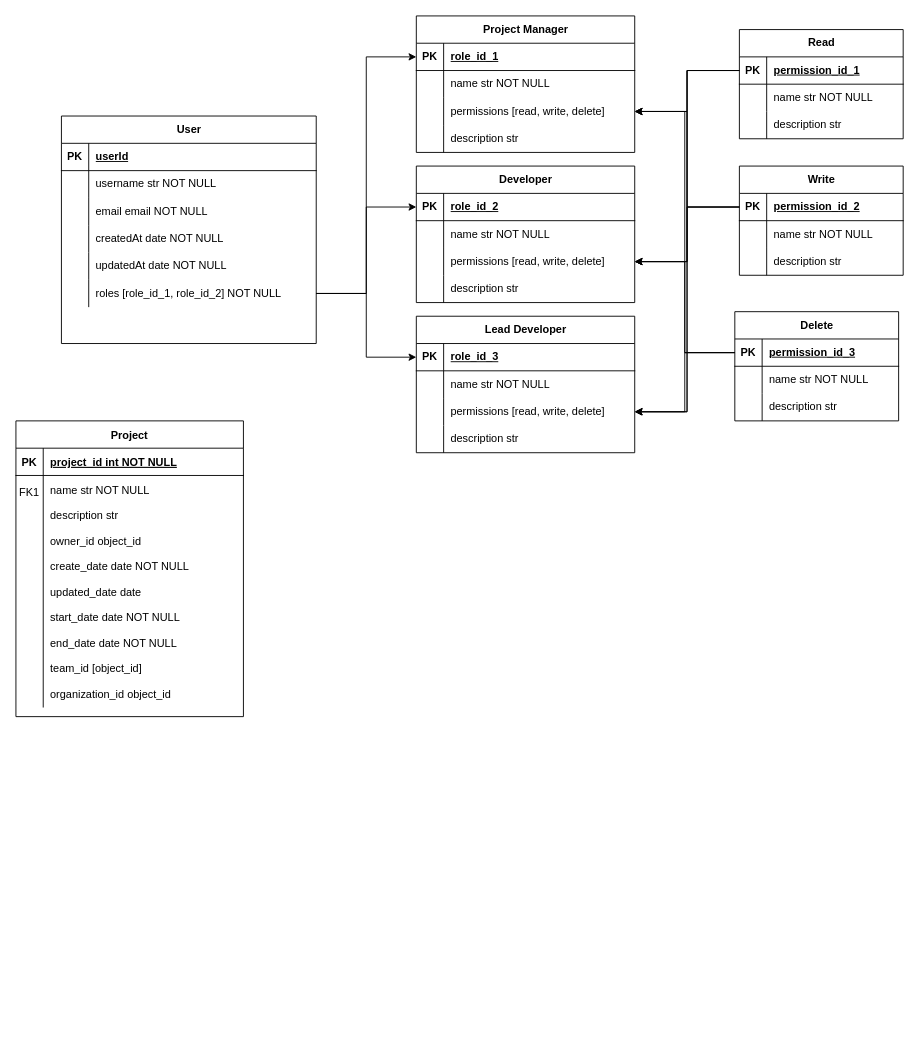
This is Project Sage.drawio from LeePaulison/project_sage, a draw.io file, before an edit. Source tidied: cells renumbered, new cells numbered last; positions are measured from the earlier drawing's top-left corner, leaving out a move shared by most shapes. Both pictures are drawn from the tidied source at 91%, with x=0, y=0 at pixel (15, 15).
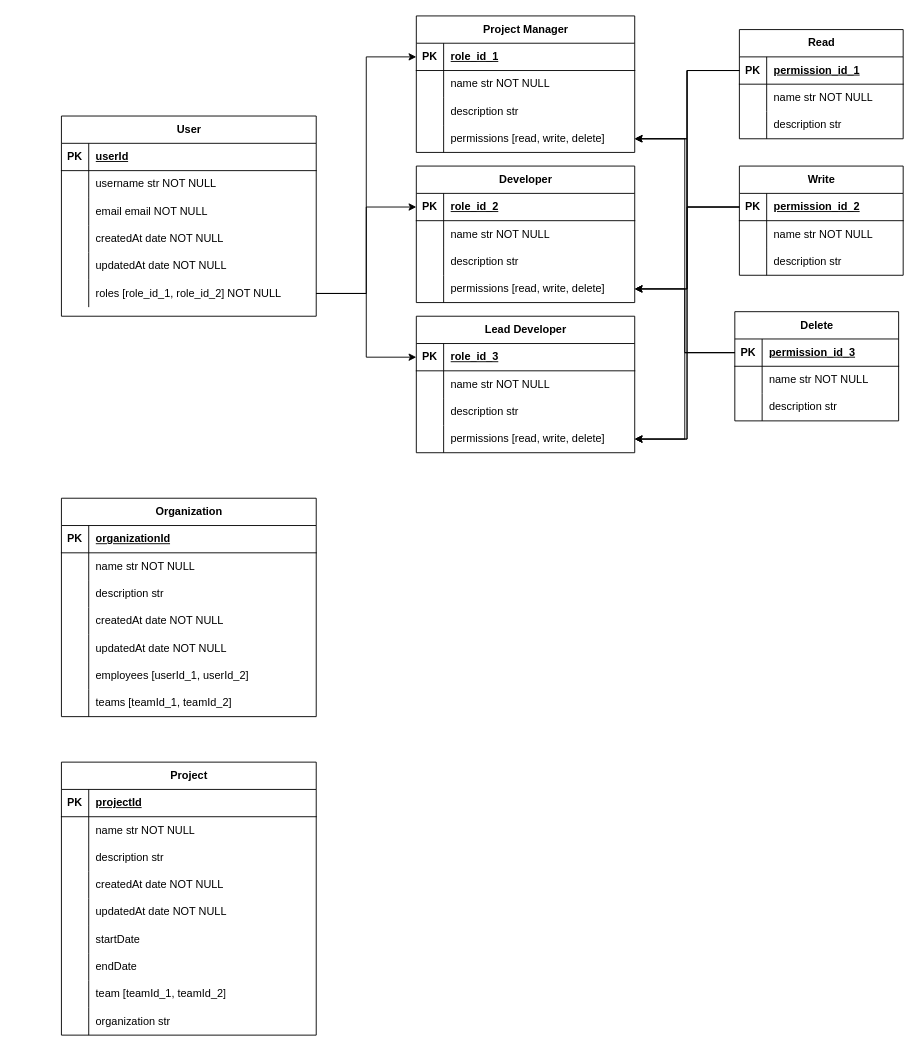
Above is the later version.

Commit message:
Building Addiitional Tables

The change refers to these unchanged cells:
```xml
<mxCell id="30" value="Project Manager" style="shape=table;startSize=30;childLayout=tableLayout;rowLines=0;fontStyle=1;align=center;html=1;" parent="1" vertex="1">
  <mxGeometry x="440" width="240" height="150" as="geometry" />
</mxCell>
<mxCell id="53" value="Developer" style="shape=table;startSize=30;childLayout=tableLayout;rowLines=0;fontStyle=1;align=center;html=1;" parent="1" vertex="1">
  <mxGeometry x="440" y="165" width="240" height="150" as="geometry" />
</mxCell>
<mxCell id="66" value="Lead Developer" style="shape=table;startSize=30;childLayout=tableLayout;rowLines=0;fontStyle=1;align=center;html=1;" parent="1" vertex="1">
  <mxGeometry x="440" y="330" width="240" height="150" as="geometry" />
</mxCell>
```

Diff of the diagram source:
```diff
@@
-    <mxCell id="2" value="Project" style="shape=table;startSize=30;childLayout=tableLayout;rowLines=0;fontStyle=1;align=center;" parent="1" vertex="1">
-      <mxGeometry y="445" width="250" height="325" as="geometry" />
-    </mxCell>
-    <mxCell id="3" style="shape=partialRectangle;fillColor=none;top=0;left=0;right=0;bottom=1;" parent="2" vertex="1">
-      <mxGeometry y="30" width="250" height="30" as="geometry" />
-    </mxCell>
-    <mxCell id="4" value="PK" style="shape=partialRectangle;overflow=hidden;fillColor=none;top=0;left=0;bottom=0;right=0;fontStyle=1;" parent="3" vertex="1">
-      <mxGeometry width="30" height="30" as="geometry" />
-    </mxCell>
-    <mxCell id="5" value="project_id int NOT NULL " style="shape=partialRectangle;overflow=hidden;fillColor=none;top=0;left=0;bottom=0;right=0;align=left;spacingLeft=6;fontStyle=5;" parent="3" vertex="1">
-      <mxGeometry x="30" width="220" height="30" as="geometry" />
-    </mxCell>
-    <mxCell id="6" style="shape=partialRectangle;fillColor=none;top=0;left=0;right=0;bottom=0;" parent="2" vertex="1">
-      <mxGeometry y="60" width="250" height="255" as="geometry" />
-    </mxCell>
-    <mxCell id="7" value="FK1" style="shape=partialRectangle;overflow=hidden;fillColor=none;top=0;left=0;bottom=0;right=0;verticalAlign=top;spacingTop=5;" parent="6" vertex="1">
-      <mxGeometry width="30" height="255" as="geometry" />
-    </mxCell>
-    <mxCell id="8" value="name str NOT NULL&#10;&#10;description str&#10;&#10;owner_id object_id&#10;&#10;create_date date NOT NULL&#10;&#10;updated_date date &#10;&#10;start_date date NOT NULL&#10;&#10;end_date date NOT NULL&#10;&#10;team_id [object_id]&#10;&#10;organization_id object_id" style="shape=partialRectangle;overflow=hidden;fillColor=none;top=0;left=0;bottom=0;right=0;align=left;spacingLeft=6;" parent="6" vertex="1">
-      <mxGeometry x="30" width="220" height="255" as="geometry" />
-    </mxCell>
     <mxCell id="9" value="User" style="shape=table;startSize=30;childLayout=tableLayout;rowLines=0;fontStyle=1;align=center;html=1;" parent="1" vertex="1">
-      <mxGeometry x="50" y="110" width="280" height="250" as="geometry" />
+      <mxGeometry x="50" y="110" width="280" height="220" as="geometry" />
     </mxCell>
@@
+    <mxCell id="40" style="shape=tableRow;horizontal=0;startSize=0;swimlaneHead=0;swimlaneBody=0;fillColor=none;top=0;left=0;right=0;bottom=0;" parent="30" vertex="1">
+      <mxGeometry y="90" width="240" height="30" as="geometry" />
+    </mxCell>
+    <mxCell id="41" style="shape=partialRectangle;fillColor=none;top=0;left=0;bottom=0;right=0;overflow=hidden;whiteSpace=wrap;html=1;" parent="40" vertex="1">
+      <mxGeometry width="30" height="30" as="geometry" />
+    </mxCell>
+    <mxCell id="42" value="description str" style="shape=partialRectangle;fillColor=none;top=0;left=0;bottom=0;right=0;align=left;spacingLeft=6;overflow=hidden;whiteSpace=wrap;html=1;" parent="40" vertex="1">
+      <mxGeometry x="30" width="210" height="30" as="geometry" />
+    </mxCell>
     <mxCell id="37" style="shape=tableRow;horizontal=0;startSize=0;swimlaneHead=0;swimlaneBody=0;fillColor=none;points=[[0,0.5],[1,0.5]];portConstraint=eastwest;top=0;left=0;right=0;bottom=0;" parent="30" vertex="1">
-      <mxGeometry y="90" width="240" height="30" as="geometry" />
+      <mxGeometry y="120" width="240" height="30" as="geometry" />
     </mxCell>
@@
-    <mxCell id="40" style="shape=tableRow;horizontal=0;startSize=0;swimlaneHead=0;swimlaneBody=0;fillColor=none;top=0;left=0;right=0;bottom=0;" parent="30" vertex="1">
-      <mxGeometry y="120" width="240" height="30" as="geometry" />
-    </mxCell>
-    <mxCell id="41" style="shape=partialRectangle;fillColor=none;top=0;left=0;bottom=0;right=0;overflow=hidden;whiteSpace=wrap;html=1;" parent="40" vertex="1">
-      <mxGeometry width="30" height="30" as="geometry" />
-    </mxCell>
-    <mxCell id="42" value="description str" style="shape=partialRectangle;fillColor=none;top=0;left=0;bottom=0;right=0;align=left;spacingLeft=6;overflow=hidden;whiteSpace=wrap;html=1;" parent="40" vertex="1">
-      <mxGeometry x="30" width="210" height="30" as="geometry" />
-    </mxCell>
@@
+    <mxCell id="63" style="shape=tableRow;horizontal=0;startSize=0;swimlaneHead=0;swimlaneBody=0;fillColor=none;top=0;left=0;right=0;bottom=0;" parent="53" vertex="1">
+      <mxGeometry y="90" width="240" height="30" as="geometry" />
+    </mxCell>
+    <mxCell id="64" style="shape=partialRectangle;fillColor=none;top=0;left=0;bottom=0;right=0;overflow=hidden;whiteSpace=wrap;html=1;" parent="63" vertex="1">
+      <mxGeometry width="30" height="30" as="geometry" />
+    </mxCell>
+    <mxCell id="65" value="description str" style="shape=partialRectangle;fillColor=none;top=0;left=0;bottom=0;right=0;align=left;spacingLeft=6;overflow=hidden;whiteSpace=wrap;html=1;" parent="63" vertex="1">
+      <mxGeometry x="30" width="210" height="30" as="geometry" />
+    </mxCell>
     <mxCell id="60" style="shape=tableRow;horizontal=0;startSize=0;swimlaneHead=0;swimlaneBody=0;fillColor=none;points=[[0,0.5],[1,0.5]];portConstraint=eastwest;top=0;left=0;right=0;bottom=0;" parent="53" vertex="1">
-      <mxGeometry y="90" width="240" height="30" as="geometry" />
+      <mxGeometry y="120" width="240" height="30" as="geometry" />
     </mxCell>
@@
-    <mxCell id="63" style="shape=tableRow;horizontal=0;startSize=0;swimlaneHead=0;swimlaneBody=0;fillColor=none;top=0;left=0;right=0;bottom=0;" parent="53" vertex="1">
-      <mxGeometry y="120" width="240" height="30" as="geometry" />
-    </mxCell>
-    <mxCell id="64" style="shape=partialRectangle;fillColor=none;top=0;left=0;bottom=0;right=0;overflow=hidden;whiteSpace=wrap;html=1;" parent="63" vertex="1">
-      <mxGeometry width="30" height="30" as="geometry" />
-    </mxCell>
-    <mxCell id="65" value="description str" style="shape=partialRectangle;fillColor=none;top=0;left=0;bottom=0;right=0;align=left;spacingLeft=6;overflow=hidden;whiteSpace=wrap;html=1;" parent="63" vertex="1">
-      <mxGeometry x="30" width="210" height="30" as="geometry" />
-    </mxCell>
@@
+    <mxCell id="76" style="shape=tableRow;horizontal=0;startSize=0;swimlaneHead=0;swimlaneBody=0;fillColor=none;top=0;left=0;right=0;bottom=0;" parent="66" vertex="1">
+      <mxGeometry y="90" width="240" height="30" as="geometry" />
+    </mxCell>
+    <mxCell id="77" style="shape=partialRectangle;fillColor=none;top=0;left=0;bottom=0;right=0;overflow=hidden;whiteSpace=wrap;html=1;" parent="76" vertex="1">
+      <mxGeometry width="30" height="30" as="geometry" />
+    </mxCell>
+    <mxCell id="78" value="description str" style="shape=partialRectangle;fillColor=none;top=0;left=0;bottom=0;right=0;align=left;spacingLeft=6;overflow=hidden;whiteSpace=wrap;html=1;" parent="76" vertex="1">
+      <mxGeometry x="30" width="210" height="30" as="geometry" />
+    </mxCell>
     <mxCell id="73" style="shape=tableRow;horizontal=0;startSize=0;swimlaneHead=0;swimlaneBody=0;fillColor=none;points=[[0,0.5],[1,0.5]];portConstraint=eastwest;top=0;left=0;right=0;bottom=0;" parent="66" vertex="1">
-      <mxGeometry y="90" width="240" height="30" as="geometry" />
+      <mxGeometry y="120" width="240" height="30" as="geometry" />
     </mxCell>
@@
-    <mxCell id="76" style="shape=tableRow;horizontal=0;startSize=0;swimlaneHead=0;swimlaneBody=0;fillColor=none;top=0;left=0;right=0;bottom=0;" parent="66" vertex="1">
-      <mxGeometry y="120" width="240" height="30" as="geometry" />
-    </mxCell>
-    <mxCell id="77" style="shape=partialRectangle;fillColor=none;top=0;left=0;bottom=0;right=0;overflow=hidden;whiteSpace=wrap;html=1;" parent="76" vertex="1">
-      <mxGeometry width="30" height="30" as="geometry" />
-    </mxCell>
-    <mxCell id="78" value="description str" style="shape=partialRectangle;fillColor=none;top=0;left=0;bottom=0;right=0;align=left;spacingLeft=6;overflow=hidden;whiteSpace=wrap;html=1;" parent="76" vertex="1">
-      <mxGeometry x="30" width="210" height="30" as="geometry" />
-    </mxCell>
@@
+    <mxCell id="2" value="Project" style="shape=table;startSize=30;childLayout=tableLayout;rowLines=0;fontStyle=1;align=center;html=1;" parent="1" vertex="1">
+      <mxGeometry x="50" y="820" width="280" height="300" as="geometry" />
+    </mxCell>
+    <mxCell id="111" style="shape=tableRow;horizontal=0;startSize=0;swimlaneHead=0;swimlaneBody=0;fillColor=none;top=0;left=0;right=0;bottom=1;" parent="2" vertex="1">
+      <mxGeometry y="30" width="280" height="30" as="geometry" />
+    </mxCell>
+    <mxCell id="112" value="PK" style="shape=partialRectangle;fillColor=none;top=0;left=0;bottom=0;right=0;fontStyle=1;overflow=hidden;whiteSpace=wrap;html=1;" parent="111" vertex="1">
+      <mxGeometry width="30" height="30" as="geometry" />
+    </mxCell>
+    <mxCell id="113" value="projectId" style="shape=partialRectangle;fillColor=none;top=0;left=0;bottom=0;right=0;align=left;spacingLeft=6;fontStyle=5;overflow=hidden;whiteSpace=wrap;html=1;" parent="111" vertex="1">
+      <mxGeometry x="30" width="250" height="30" as="geometry" />
+    </mxCell>
+    <mxCell id="114" style="shape=tableRow;horizontal=0;startSize=0;swimlaneHead=0;swimlaneBody=0;fillColor=none;top=0;left=0;right=0;bottom=0;" parent="2" vertex="1">
+      <mxGeometry y="60" width="280" height="30" as="geometry" />
+    </mxCell>
+    <mxCell id="115" style="shape=partialRectangle;fillColor=none;top=0;left=0;bottom=0;right=0;overflow=hidden;whiteSpace=wrap;html=1;" parent="114" vertex="1">
+      <mxGeometry width="30" height="30" as="geometry" />
+    </mxCell>
+    <mxCell id="116" value="name str NOT NULL" style="shape=partialRectangle;fillColor=none;top=0;left=0;bottom=0;right=0;align=left;spacingLeft=6;overflow=hidden;whiteSpace=wrap;html=1;" parent="114" vertex="1">
+      <mxGeometry x="30" width="250" height="30" as="geometry" />
+    </mxCell>
+    <mxCell id="117" style="shape=tableRow;horizontal=0;startSize=0;swimlaneHead=0;swimlaneBody=0;fillColor=none;top=0;left=0;right=0;bottom=0;" parent="2" vertex="1">
+      <mxGeometry y="90" width="280" height="30" as="geometry" />
+    </mxCell>
+    <mxCell id="118" style="shape=partialRectangle;fillColor=none;top=0;left=0;bottom=0;right=0;overflow=hidden;whiteSpace=wrap;html=1;" parent="117" vertex="1">
+      <mxGeometry width="30" height="30" as="geometry" />
+    </mxCell>
+    <mxCell id="119" value="description str" style="shape=partialRectangle;fillColor=none;top=0;left=0;bottom=0;right=0;align=left;spacingLeft=6;overflow=hidden;whiteSpace=wrap;html=1;" parent="117" vertex="1">
+      <mxGeometry x="30" width="250" height="30" as="geometry" />
+    </mxCell>
+    <mxCell id="120" style="shape=tableRow;horizontal=0;startSize=0;swimlaneHead=0;swimlaneBody=0;fillColor=none;top=0;left=0;right=0;bottom=0;" parent="2" vertex="1">
+      <mxGeometry y="120" width="280" height="30" as="geometry" />
+    </mxCell>
+    <mxCell id="121" style="shape=partialRectangle;fillColor=none;top=0;left=0;bottom=0;right=0;overflow=hidden;whiteSpace=wrap;html=1;" parent="120" vertex="1">
+      <mxGeometry width="30" height="30" as="geometry" />
+    </mxCell>
+    <mxCell id="122" value="createdAt date NOT NULL" style="shape=partialRectangle;fillColor=none;top=0;left=0;bottom=0;right=0;align=left;spacingLeft=6;overflow=hidden;whiteSpace=wrap;html=1;" parent="120" vertex="1">
+      <mxGeometry x="30" width="250" height="30" as="geometry" />
+    </mxCell>
+    <mxCell id="123" style="shape=tableRow;horizontal=0;startSize=0;swimlaneHead=0;swimlaneBody=0;fillColor=none;top=0;left=0;right=0;bottom=0;" parent="2" vertex="1">
+      <mxGeometry y="150" width="280" height="30" as="geometry" />
+    </mxCell>
+    <mxCell id="124" style="shape=partialRectangle;fillColor=none;top=0;left=0;bottom=0;right=0;overflow=hidden;whiteSpace=wrap;html=1;" parent="123" vertex="1">
+      <mxGeometry width="30" height="30" as="geometry" />
+    </mxCell>
+    <mxCell id="125" value="updatedAt date NOT NULL" style="shape=partialRectangle;fillColor=none;top=0;left=0;bottom=0;right=0;align=left;spacingLeft=6;overflow=hidden;whiteSpace=wrap;html=1;" parent="123" vertex="1">
+      <mxGeometry x="30" width="250" height="30" as="geometry" />
+    </mxCell>
+    <mxCell id="126" style="shape=tableRow;horizontal=0;startSize=0;swimlaneHead=0;swimlaneBody=0;fillColor=none;top=0;left=0;right=0;bottom=0;" parent="2" vertex="1">
+      <mxGeometry y="180" width="280" height="30" as="geometry" />
+    </mxCell>
+    <mxCell id="127" style="shape=partialRectangle;fillColor=none;top=0;left=0;bottom=0;right=0;overflow=hidden;whiteSpace=wrap;html=1;" parent="126" vertex="1">
+      <mxGeometry width="30" height="30" as="geometry" />
+    </mxCell>
+    <mxCell id="128" value="startDate" style="shape=partialRectangle;fillColor=none;top=0;left=0;bottom=0;right=0;align=left;spacingLeft=6;overflow=hidden;whiteSpace=wrap;html=1;" parent="126" vertex="1">
+      <mxGeometry x="30" width="250" height="30" as="geometry" />
+    </mxCell>
+    <mxCell id="129" style="shape=tableRow;horizontal=0;startSize=0;swimlaneHead=0;swimlaneBody=0;fillColor=none;top=0;left=0;right=0;bottom=0;" parent="2" vertex="1">
+      <mxGeometry y="210" width="280" height="30" as="geometry" />
+    </mxCell>
+    <mxCell id="130" style="shape=partialRectangle;fillColor=none;top=0;left=0;bottom=0;right=0;overflow=hidden;whiteSpace=wrap;html=1;" parent="129" vertex="1">
+      <mxGeometry width="30" height="30" as="geometry" />
+    </mxCell>
+    <mxCell id="131" value="endDate" style="shape=partialRectangle;fillColor=none;top=0;left=0;bottom=0;right=0;align=left;spacingLeft=6;overflow=hidden;whiteSpace=wrap;html=1;" parent="129" vertex="1">
+      <mxGeometry x="30" width="250" height="30" as="geometry" />
+    </mxCell>
+    <mxCell id="132" style="shape=tableRow;horizontal=0;startSize=0;swimlaneHead=0;swimlaneBody=0;fillColor=none;top=0;left=0;right=0;bottom=0;" parent="2" vertex="1">
+      <mxGeometry y="240" width="280" height="30" as="geometry" />
+    </mxCell>
+    <mxCell id="133" style="shape=partialRectangle;fillColor=none;top=0;left=0;bottom=0;right=0;overflow=hidden;whiteSpace=wrap;html=1;" parent="132" vertex="1">
+      <mxGeometry width="30" height="30" as="geometry" />
+    </mxCell>
+    <mxCell id="134" value="team [teamId_1, teamId_2]" style="shape=partialRectangle;fillColor=none;top=0;left=0;bottom=0;right=0;align=left;spacingLeft=6;overflow=hidden;whiteSpace=wrap;html=1;" parent="132" vertex="1">
+      <mxGeometry x="30" width="250" height="30" as="geometry" />
+    </mxCell>
+    <mxCell id="135" style="shape=tableRow;horizontal=0;startSize=0;swimlaneHead=0;swimlaneBody=0;fillColor=none;top=0;left=0;right=0;bottom=0;" parent="2" vertex="1">
+      <mxGeometry y="270" width="280" height="30" as="geometry" />
+    </mxCell>
+    <mxCell id="136" style="shape=partialRectangle;fillColor=none;top=0;left=0;bottom=0;right=0;overflow=hidden;whiteSpace=wrap;html=1;" parent="135" vertex="1">
+      <mxGeometry width="30" height="30" as="geometry" />
+    </mxCell>
+    <mxCell id="137" value="organization str" style="shape=partialRectangle;fillColor=none;top=0;left=0;bottom=0;right=0;align=left;spacingLeft=6;overflow=hidden;whiteSpace=wrap;html=1;" parent="135" vertex="1">
+      <mxGeometry x="30" width="250" height="30" as="geometry" />
+    </mxCell>
+    <mxCell id="138" value="Organization" style="shape=table;startSize=30;childLayout=tableLayout;rowLines=0;fontStyle=1;align=center;html=1;" parent="1" vertex="1">
+      <mxGeometry x="50" y="530" width="280" height="240" as="geometry" />
+    </mxCell>
+    <mxCell id="139" style="shape=tableRow;horizontal=0;startSize=0;swimlaneHead=0;swimlaneBody=0;fillColor=none;top=0;left=0;right=0;bottom=1;" parent="138" vertex="1">
+      <mxGeometry y="30" width="280" height="30" as="geometry" />
+    </mxCell>
+    <mxCell id="140" value="PK" style="shape=partialRectangle;fillColor=none;top=0;left=0;bottom=0;right=0;fontStyle=1;overflow=hidden;whiteSpace=wrap;html=1;" parent="139" vertex="1">
+      <mxGeometry width="30" height="30" as="geometry" />
+    </mxCell>
+    <mxCell id="141" value="organizationId" style="shape=partialRectangle;fillColor=none;top=0;left=0;bottom=0;right=0;align=left;spacingLeft=6;fontStyle=5;overflow=hidden;whiteSpace=wrap;html=1;" parent="139" vertex="1">
+      <mxGeometry x="30" width="250" height="30" as="geometry" />
+    </mxCell>
+    <mxCell id="142" style="shape=tableRow;horizontal=0;startSize=0;swimlaneHead=0;swimlaneBody=0;fillColor=none;top=0;left=0;right=0;bottom=0;" parent="138" vertex="1">
+      <mxGeometry y="60" width="280" height="30" as="geometry" />
+    </mxCell>
+    <mxCell id="143" style="shape=partialRectangle;fillColor=none;top=0;left=0;bottom=0;right=0;overflow=hidden;whiteSpace=wrap;html=1;" parent="142" vertex="1">
+      <mxGeometry width="30" height="30" as="geometry" />
+    </mxCell>
+    <mxCell id="144" value="name str NOT NULL" style="shape=partialRectangle;fillColor=none;top=0;left=0;bottom=0;right=0;align=left;spacingLeft=6;overflow=hidden;whiteSpace=wrap;html=1;" parent="142" vertex="1">
+      <mxGeometry x="30" width="250" height="30" as="geometry" />
+    </mxCell>
+    <mxCell id="145" style="shape=tableRow;horizontal=0;startSize=0;swimlaneHead=0;swimlaneBody=0;fillColor=none;top=0;left=0;right=0;bottom=0;" parent="138" vertex="1">
+      <mxGeometry y="90" width="280" height="30" as="geometry" />
+    </mxCell>
+    <mxCell id="146" style="shape=partialRectangle;fillColor=none;top=0;left=0;bottom=0;right=0;overflow=hidden;whiteSpace=wrap;html=1;" parent="145" vertex="1">
+      <mxGeometry width="30" height="30" as="geometry" />
+    </mxCell>
+    <mxCell id="147" value="description str" style="shape=partialRectangle;fillColor=none;top=0;left=0;bottom=0;right=0;align=left;spacingLeft=6;overflow=hidden;whiteSpace=wrap;html=1;" parent="145" vertex="1">
+      <mxGeometry x="30" width="250" height="30" as="geometry" />
+    </mxCell>
+    <mxCell id="148" style="shape=tableRow;horizontal=0;startSize=0;swimlaneHead=0;swimlaneBody=0;fillColor=none;top=0;left=0;right=0;bottom=0;" parent="138" vertex="1">
+      <mxGeometry y="120" width="280" height="30" as="geometry" />
+    </mxCell>
+    <mxCell id="149" style="shape=partialRectangle;fillColor=none;top=0;left=0;bottom=0;right=0;overflow=hidden;whiteSpace=wrap;html=1;" parent="148" vertex="1">
+      <mxGeometry width="30" height="30" as="geometry" />
+    </mxCell>
+    <mxCell id="150" value="createdAt date NOT NULL" style="shape=partialRectangle;fillColor=none;top=0;left=0;bottom=0;right=0;align=left;spacingLeft=6;overflow=hidden;whiteSpace=wrap;html=1;" parent="148" vertex="1">
+      <mxGeometry x="30" width="250" height="30" as="geometry" />
+    </mxCell>
+    <mxCell id="151" style="shape=tableRow;horizontal=0;startSize=0;swimlaneHead=0;swimlaneBody=0;fillColor=none;top=0;left=0;right=0;bottom=0;" parent="138" vertex="1">
+      <mxGeometry y="150" width="280" height="30" as="geometry" />
+    </mxCell>
+    <mxCell id="152" style="shape=partialRectangle;fillColor=none;top=0;left=0;bottom=0;right=0;overflow=hidden;whiteSpace=wrap;html=1;" parent="151" vertex="1">
+      <mxGeometry width="30" height="30" as="geometry" />
+    </mxCell>
+    <mxCell id="153" value="updatedAt date NOT NULL" style="shape=partialRectangle;fillColor=none;top=0;left=0;bottom=0;right=0;align=left;spacingLeft=6;overflow=hidden;whiteSpace=wrap;html=1;" parent="151" vertex="1">
+      <mxGeometry x="30" width="250" height="30" as="geometry" />
+    </mxCell>
+    <mxCell id="154" style="shape=tableRow;horizontal=0;startSize=0;swimlaneHead=0;swimlaneBody=0;fillColor=none;top=0;left=0;right=0;bottom=0;" parent="138" vertex="1">
+      <mxGeometry y="180" width="280" height="30" as="geometry" />
+    </mxCell>
+    <mxCell id="155" style="shape=partialRectangle;fillColor=none;top=0;left=0;bottom=0;right=0;overflow=hidden;whiteSpace=wrap;html=1;" parent="154" vertex="1">
+      <mxGeometry width="30" height="30" as="geometry" />
+    </mxCell>
+    <mxCell id="156" value="employees [userId_1, userId_2]" style="shape=partialRectangle;fillColor=none;top=0;left=0;bottom=0;right=0;align=left;spacingLeft=6;overflow=hidden;whiteSpace=wrap;html=1;" parent="154" vertex="1">
+      <mxGeometry x="30" width="250" height="30" as="geometry" />
+    </mxCell>
+    <mxCell id="157" style="shape=tableRow;horizontal=0;startSize=0;swimlaneHead=0;swimlaneBody=0;fillColor=none;top=0;left=0;right=0;bottom=0;" parent="138" vertex="1">
+      <mxGeometry y="210" width="280" height="30" as="geometry" />
+    </mxCell>
+    <mxCell id="158" style="shape=partialRectangle;fillColor=none;top=0;left=0;bottom=0;right=0;overflow=hidden;whiteSpace=wrap;html=1;" parent="157" vertex="1">
+      <mxGeometry width="30" height="30" as="geometry" />
+    </mxCell>
+    <mxCell id="159" value="teams [teamId_1, teamId_2]" style="shape=partialRectangle;fillColor=none;top=0;left=0;bottom=0;right=0;align=left;spacingLeft=6;overflow=hidden;whiteSpace=wrap;html=1;" parent="157" vertex="1">
+      <mxGeometry x="30" width="250" height="30" as="geometry" />
+    </mxCell>
```
